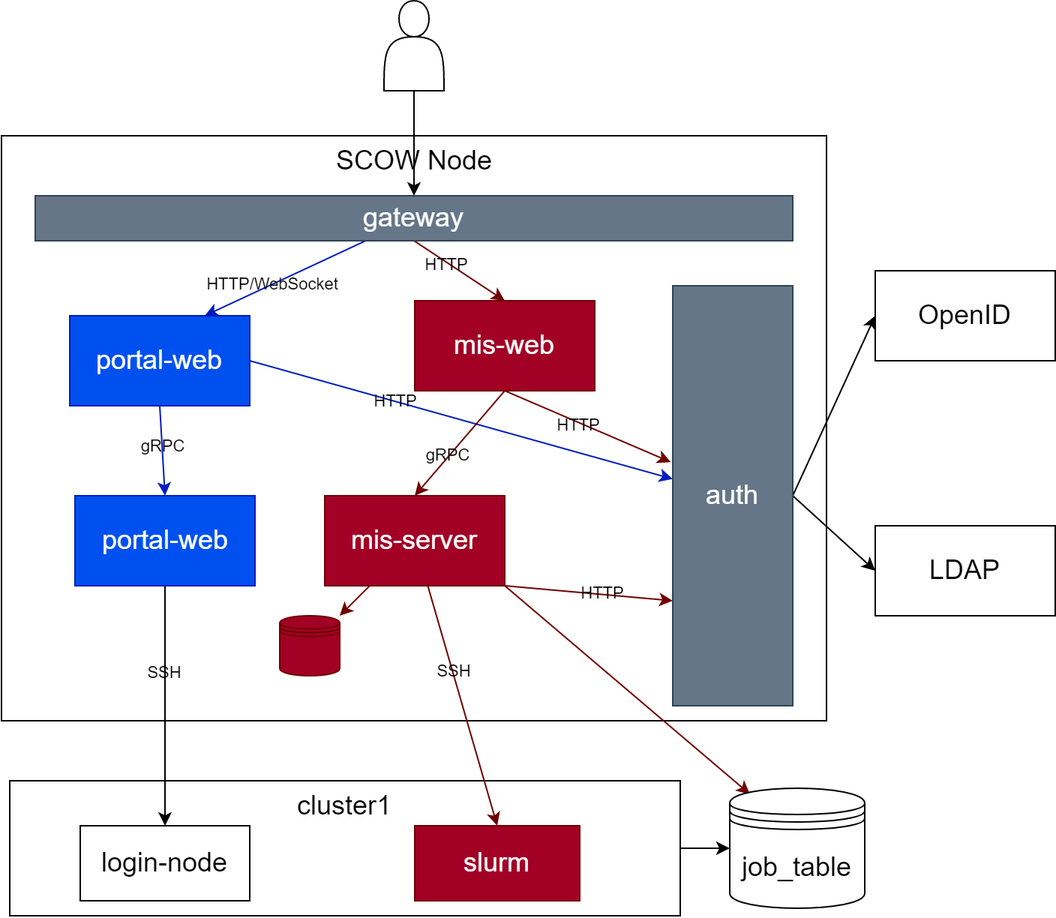
Above: docs/diagrams/architecture.png in PKUHPC/OpenSCOW (draw.io), before the change. Source tidied: cells renumbered, new cells last; positions are measured from the earlier drawing's top-left corner, leaving out a move shared by most shapes.
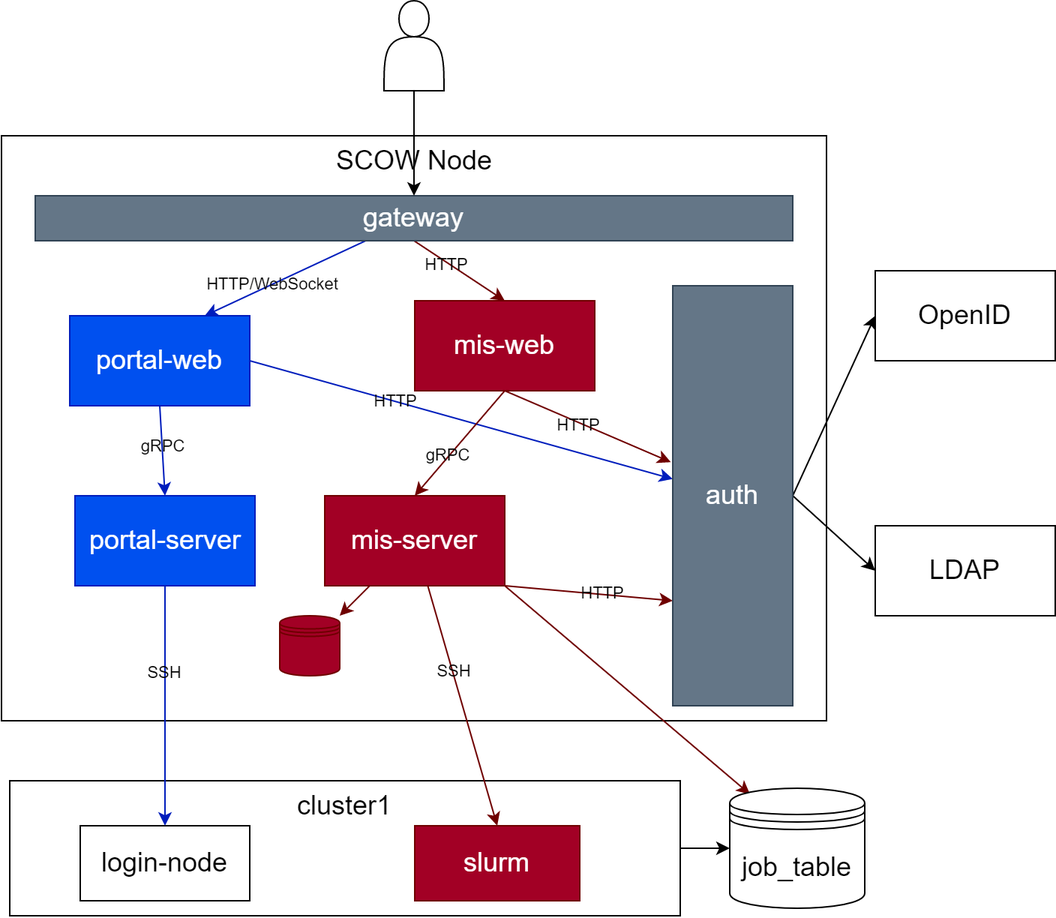
After the commit.

Commit message:
docs: fix architecture diagram

Diff of the diagram source:
```diff
@@ -110,13 +110,13 @@
     <mxCell id="37" value="login-node" style="rounded=0;whiteSpace=wrap;html=1;fontSize=18;labelBackgroundColor=none;" parent="1" vertex="1">
       <mxGeometry x="53" y="550" width="113" height="50" as="geometry" />
     </mxCell>
-    <mxCell id="38" style="edgeStyle=none;html=1;exitX=0.5;exitY=1;exitDx=0;exitDy=0;" parent="1" edge="1" source="40" target="37">
+    <mxCell id="38" style="edgeStyle=none;html=1;exitX=0.5;exitY=1;exitDx=0;exitDy=0;fillColor=#0050ef;strokeColor=#001DBC;" parent="1" edge="1" source="40" target="37">
       <mxGeometry relative="1" as="geometry" />
     </mxCell>
     <mxCell id="39" value="SSH" style="edgeLabel;html=1;align=center;verticalAlign=middle;labelBackgroundColor=none;" parent="38" vertex="1">
       <mxGeometry x="-0.27" y="-1" relative="1" as="geometry" />
     </mxCell>
-    <mxCell id="40" value="portal-web" style="whiteSpace=wrap;html=1;fontSize=18;fillColor=#0050ef;fontColor=#ffffff;strokeColor=#001DBC;labelBackgroundColor=none;" parent="1" vertex="1">
+    <mxCell id="40" value="portal-server" style="whiteSpace=wrap;html=1;fontSize=18;fillColor=#0050ef;fontColor=#ffffff;strokeColor=#001DBC;labelBackgroundColor=none;" parent="1" vertex="1">
       <mxGeometry x="49.5" y="330" width="120" height="60" as="geometry" />
     </mxCell>
   </root>
```
